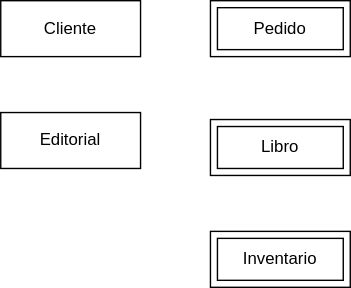
Before: modelo.drawio.svg, a diagram exported from draw.io (Angel-pronimo/data-science-modelando-DER-MER). Source tidied: cells renumbered, new cells last; positions are measured from the earlier drawing's top-left corner, leaving out a move shared by most shapes. Its diagram source:
```xml
<mxGraphModel>
  <root>
    <mxCell id="0" />
    <mxCell id="1" parent="0" />
    <mxCell id="2" value="Cliente" style="whiteSpace=wrap;html=1;align=center;" parent="1" vertex="1">
      <mxGeometry width="100" height="40" as="geometry" />
    </mxCell>
    <mxCell id="3" value="Pedido" style="shape=ext;margin=3;double=1;whiteSpace=wrap;html=1;align=center;" parent="1" vertex="1">
      <mxGeometry x="150" width="100" height="40" as="geometry" />
    </mxCell>
    <mxCell id="4" value="Editorial" style="whiteSpace=wrap;html=1;align=center;" parent="1" vertex="1">
      <mxGeometry y="80" width="100" height="40" as="geometry" />
    </mxCell>
    <mxCell id="5" value="Libro" style="shape=ext;margin=3;double=1;whiteSpace=wrap;html=1;align=center;" parent="1" vertex="1">
      <mxGeometry x="150" y="85" width="100" height="40" as="geometry" />
    </mxCell>
    <mxCell id="6" value="Inventario" style="shape=ext;margin=3;double=1;whiteSpace=wrap;html=1;align=center;" parent="1" vertex="1">
      <mxGeometry x="150" y="165" width="100" height="40" as="geometry" />
    </mxCell>
  </root>
</mxGraphModel>
```
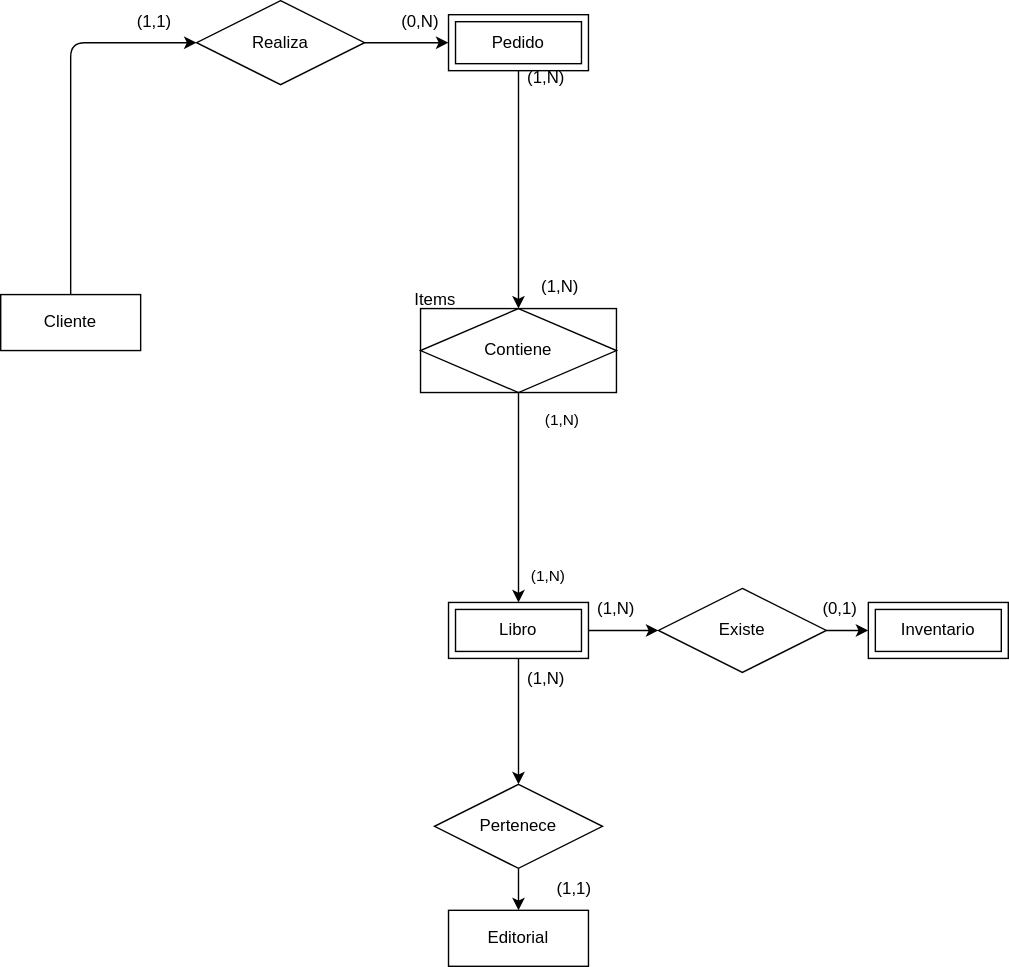
Above is the later version.

The edit, as a diff of the source:
```diff
@@ -2,20 +2,99 @@
   <root>
     <mxCell id="0" />
     <mxCell id="1" parent="0" />
+    <mxCell id="7" style="edgeStyle=none;html=1;" parent="1" edge="1" source="2" target="13">
+      <mxGeometry relative="1" as="geometry">
+        <Array as="points">
+          <mxPoint x="60" y="20" />
+        </Array>
+      </mxGeometry>
+    </mxCell>
     <mxCell id="2" value="Cliente" style="whiteSpace=wrap;html=1;align=center;" parent="1" vertex="1">
-      <mxGeometry width="100" height="40" as="geometry" />
+      <mxGeometry x="10" y="200" width="100" height="40" as="geometry" />
     </mxCell>
+    <mxCell id="8" style="edgeStyle=none;html=1;" parent="1" edge="1" source="3" target="28">
+      <mxGeometry relative="1" as="geometry" />
+    </mxCell>
+    <mxCell id="9" value="(1,N)" style="edgeLabel;html=1;align=center;verticalAlign=middle;" parent="8" vertex="1">
+      <mxGeometry x="0.64" relative="1" as="geometry">
+        <mxPoint x="30" y="111" as="offset" />
+      </mxGeometry>
+    </mxCell>
     <mxCell id="3" value="Pedido" style="shape=ext;margin=3;double=1;whiteSpace=wrap;html=1;align=center;" parent="1" vertex="1">
-      <mxGeometry x="150" width="100" height="40" as="geometry" />
+      <mxGeometry x="330" width="100" height="40" as="geometry" />
     </mxCell>
     <mxCell id="4" value="Editorial" style="whiteSpace=wrap;html=1;align=center;" parent="1" vertex="1">
-      <mxGeometry y="80" width="100" height="40" as="geometry" />
+      <mxGeometry x="330" y="640" width="100" height="40" as="geometry" />
     </mxCell>
+    <mxCell id="10" style="edgeStyle=none;html=1;" parent="1" edge="1" source="5" target="21">
+      <mxGeometry relative="1" as="geometry" />
+    </mxCell>
+    <mxCell id="11" style="edgeStyle=none;html=1;entryX=0;entryY=0.5;entryDx=0;entryDy=0;" parent="1" edge="1" source="5" target="25">
+      <mxGeometry relative="1" as="geometry" />
+    </mxCell>
     <mxCell id="5" value="Libro" style="shape=ext;margin=3;double=1;whiteSpace=wrap;html=1;align=center;" parent="1" vertex="1">
-      <mxGeometry x="150" y="85" width="100" height="40" as="geometry" />
+      <mxGeometry x="330" y="420" width="100" height="40" as="geometry" />
     </mxCell>
     <mxCell id="6" value="Inventario" style="shape=ext;margin=3;double=1;whiteSpace=wrap;html=1;align=center;" parent="1" vertex="1">
-      <mxGeometry x="150" y="165" width="100" height="40" as="geometry" />
+      <mxGeometry x="630" y="420" width="100" height="40" as="geometry" />
     </mxCell>
+    <mxCell id="12" style="edgeStyle=none;html=1;entryX=0;entryY=0.5;entryDx=0;entryDy=0;" parent="1" edge="1" source="13" target="3">
+      <mxGeometry relative="1" as="geometry" />
+    </mxCell>
+    <mxCell id="13" value="Realiza" style="shape=rhombus;perimeter=rhombusPerimeter;whiteSpace=wrap;html=1;align=center;" parent="1" vertex="1">
+      <mxGeometry x="150" y="-10" width="120" height="60" as="geometry" />
+    </mxCell>
+    <mxCell id="14" value="(1,1)" style="text;html=1;align=center;verticalAlign=middle;whiteSpace=wrap;rounded=0;" parent="1" vertex="1">
+      <mxGeometry x="90" y="-10" width="60" height="30" as="geometry" />
+    </mxCell>
+    <mxCell id="15" value="(0,N)" style="text;html=1;align=center;verticalAlign=middle;whiteSpace=wrap;rounded=0;" parent="1" vertex="1">
+      <mxGeometry x="280" y="-10" width="60" height="30" as="geometry" />
+    </mxCell>
+    <mxCell id="16" style="edgeStyle=none;html=1;entryX=0.5;entryY=0;entryDx=0;entryDy=0;" parent="1" edge="1" target="5">
+      <mxGeometry relative="1" as="geometry">
+        <mxPoint x="380" y="270" as="sourcePoint" />
+      </mxGeometry>
+    </mxCell>
+    <mxCell id="17" value="(1,N)" style="edgeLabel;html=1;align=center;verticalAlign=middle;" parent="16" vertex="1">
+      <mxGeometry x="0.7" relative="1" as="geometry">
+        <mxPoint x="20" y="3" as="offset" />
+      </mxGeometry>
+    </mxCell>
+    <mxCell id="18" value="(1,N)" style="text;html=1;align=center;verticalAlign=middle;whiteSpace=wrap;rounded=0;" parent="1" vertex="1">
+      <mxGeometry x="370" y="30" width="60" height="30" as="geometry" />
+    </mxCell>
+    <mxCell id="19" value="(1,N)" style="text;html=1;align=center;verticalAlign=middle;whiteSpace=wrap;rounded=0;" parent="1" vertex="1">
+      <mxGeometry x="380" y="180" width="60" height="30" as="geometry" />
+    </mxCell>
+    <mxCell id="20" style="edgeStyle=none;html=1;" parent="1" edge="1" source="21" target="4">
+      <mxGeometry relative="1" as="geometry" />
+    </mxCell>
+    <mxCell id="21" value="Pertenece" style="shape=rhombus;perimeter=rhombusPerimeter;whiteSpace=wrap;html=1;align=center;" parent="1" vertex="1">
+      <mxGeometry x="320" y="550" width="120" height="60" as="geometry" />
+    </mxCell>
+    <mxCell id="22" value="(1,N)" style="text;html=1;align=center;verticalAlign=middle;whiteSpace=wrap;rounded=0;" parent="1" vertex="1">
+      <mxGeometry x="370" y="460" width="60" height="30" as="geometry" />
+    </mxCell>
+    <mxCell id="23" value="(1,1)" style="text;html=1;align=center;verticalAlign=middle;whiteSpace=wrap;rounded=0;" parent="1" vertex="1">
+      <mxGeometry x="390" y="610" width="60" height="30" as="geometry" />
+    </mxCell>
+    <mxCell id="24" style="edgeStyle=none;html=1;" parent="1" edge="1" source="25" target="6">
+      <mxGeometry relative="1" as="geometry" />
+    </mxCell>
+    <mxCell id="25" value="Existe" style="shape=rhombus;perimeter=rhombusPerimeter;whiteSpace=wrap;html=1;align=center;" parent="1" vertex="1">
+      <mxGeometry x="480" y="410" width="120" height="60" as="geometry" />
+    </mxCell>
+    <mxCell id="26" value="(1,N)" style="text;html=1;align=center;verticalAlign=middle;whiteSpace=wrap;rounded=0;" parent="1" vertex="1">
+      <mxGeometry x="420" y="410" width="60" height="30" as="geometry" />
+    </mxCell>
+    <mxCell id="27" value="(0,1)" style="text;html=1;align=center;verticalAlign=middle;whiteSpace=wrap;rounded=0;" parent="1" vertex="1">
+      <mxGeometry x="580" y="410" width="60" height="30" as="geometry" />
+    </mxCell>
+    <mxCell id="28" value="Contiene" style="shape=associativeEntity;whiteSpace=wrap;html=1;align=center;" parent="1" vertex="1">
+      <mxGeometry x="310" y="210" width="140" height="60" as="geometry" />
+    </mxCell>
+    <mxCell id="29" value="Items" style="text;strokeColor=none;fillColor=none;spacingLeft=4;spacingRight=4;overflow=hidden;fontSize=12;whiteSpace=wrap;html=1;" parent="1" vertex="1">
+      <mxGeometry x="300" y="190" width="40" height="30" as="geometry" />
+    </mxCell>
   </root>
 </mxGraphModel>
```
